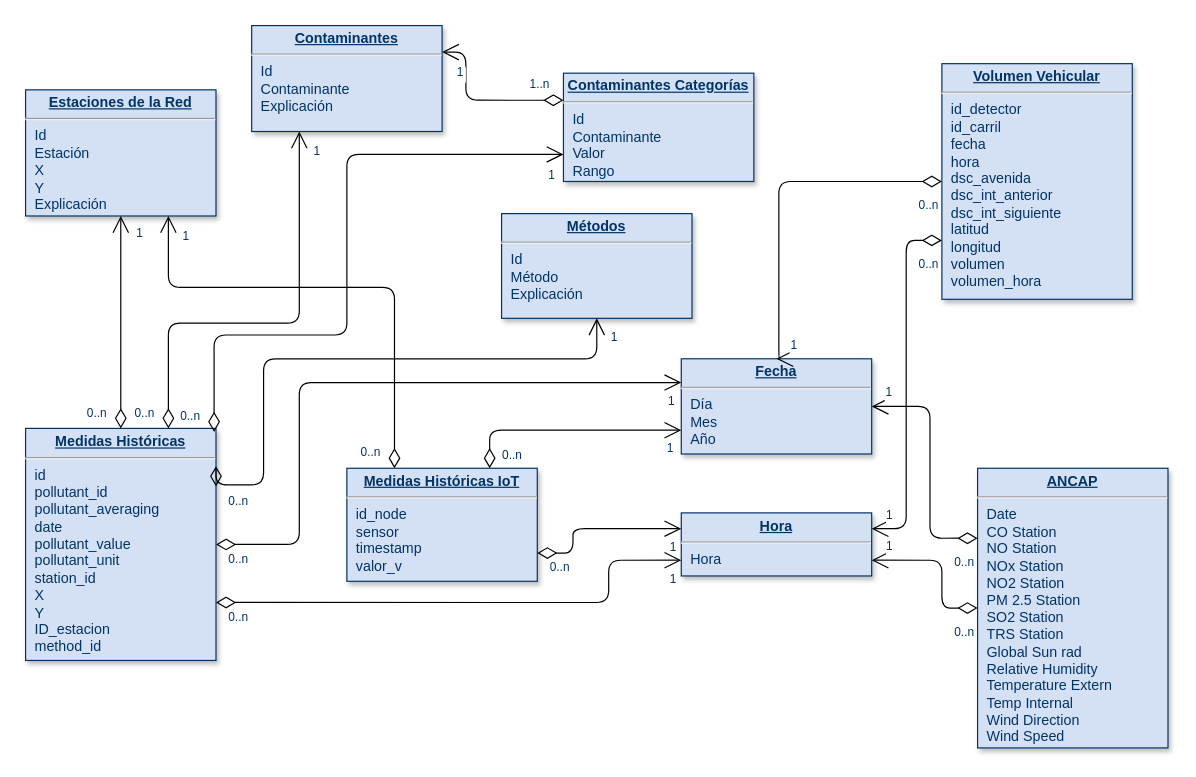
gonzalomelov/dw-calidad-aire-docs keeps this draw.io diagram as 2. Diseño conceptual/fuentes_datos_esquema_conceptual.drawio. Above is the earlier version. Source tidied: cells renumbered, new cells numbered last; positions are measured from the earlier drawing's top-left corner, leaving out a move shared by most shapes. Both pictures are drawn from the tidied source at 119%, with x=0, y=0 at pixel (25, 25).
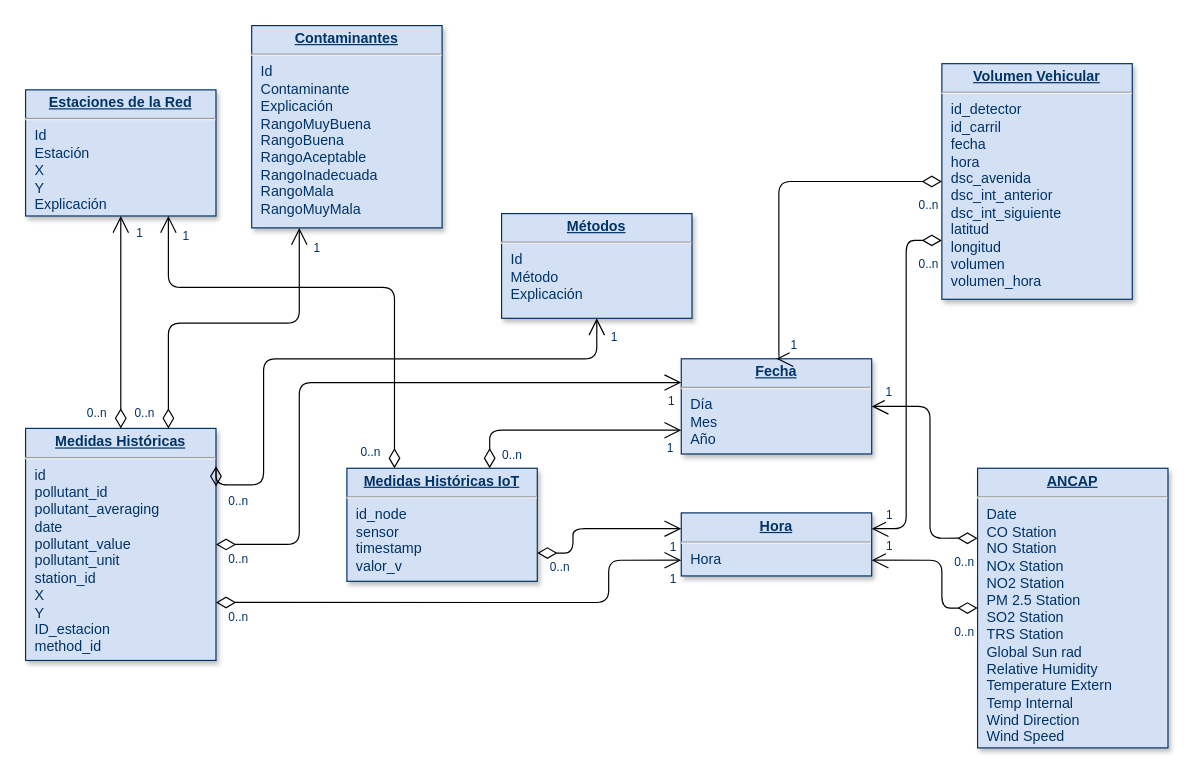
The same page after the edit.

Unchanged cells that the change refers to:
```xml
<mxCell id="4" value="&lt;p style=&quot;margin: 0px ; margin-top: 4px ; text-align: center ; text-decoration: underline&quot;&gt;&lt;strong&gt;Medidas Históricas&lt;/strong&gt;&lt;/p&gt;&lt;hr&gt;&lt;p style=&quot;margin: 0px ; margin-left: 8px&quot;&gt;id&lt;/p&gt;&lt;p style=&quot;margin: 0px ; margin-left: 8px&quot;&gt;pollutant_id&lt;/p&gt;&lt;p style=&quot;margin: 0px ; margin-left: 8px&quot;&gt;pollutant_averaging&lt;/p&gt;&lt;p style=&quot;margin: 0px ; margin-left: 8px&quot;&gt;date&lt;/p&gt;&lt;p style=&quot;margin: 0px ; margin-left: 8px&quot;&gt;pollutant_value&lt;/p&gt;&lt;p style=&quot;margin: 0px ; margin-left: 8px&quot;&gt;pollutant_unit&lt;/p&gt;&lt;p style=&quot;margin: 0px ; margin-left: 8px&quot;&gt;station_id&lt;/p&gt;&lt;p style=&quot;margin: 0px ; margin-left: 8px&quot;&gt;X&lt;/p&gt;&lt;p style=&quot;margin: 0px ; margin-left: 8px&quot;&gt;Y&lt;/p&gt;&lt;p style=&quot;margin: 0px ; margin-left: 8px&quot;&gt;ID_estacion&lt;/p&gt;&lt;p style=&quot;margin: 0px ; margin-left: 8px&quot;&gt;method_id&lt;/p&gt;" style="verticalAlign=top;align=left;overflow=fill;fontSize=12;fontFamily=Helvetica;html=1;strokeColor=#003366;shadow=1;fillColor=#D4E1F5;fontColor=#003366;" parent="1" vertex="1">
  <mxGeometry y="338.5" width="160" height="195" as="geometry" />
</mxCell>
```

The edit, as a diff of the source:
```diff
@@
-    <mxCell id="2" value="&lt;p style=&quot;margin: 0px ; margin-top: 4px ; text-align: center ; text-decoration: underline&quot;&gt;&lt;strong&gt;Contaminantes&lt;/strong&gt;&lt;/p&gt;&lt;hr&gt;&lt;p style=&quot;margin: 0px ; margin-left: 8px&quot;&gt;Id&lt;br&gt;Contaminante&lt;/p&gt;&lt;p style=&quot;margin: 0px ; margin-left: 8px&quot;&gt;Explicación&lt;/p&gt;" style="verticalAlign=top;align=left;overflow=fill;fontSize=12;fontFamily=Helvetica;html=1;strokeColor=#003366;shadow=1;fillColor=#D4E1F5;fontColor=#003366;" parent="1" vertex="1">
-      <mxGeometry x="190" width="160" height="89" as="geometry" />
+    <mxCell id="2" value="&lt;p style=&quot;margin: 0px ; margin-top: 4px ; text-align: center ; text-decoration: underline&quot;&gt;&lt;strong&gt;Contaminantes&lt;/strong&gt;&lt;/p&gt;&lt;hr&gt;&lt;p style=&quot;margin: 0px ; margin-left: 8px&quot;&gt;Id&lt;br&gt;Contaminante&lt;/p&gt;&lt;p style=&quot;margin: 0px ; margin-left: 8px&quot;&gt;Explicación&lt;/p&gt;&lt;p style=&quot;margin: 0px ; margin-left: 8px&quot;&gt;RangoMuyBuena&lt;/p&gt;&lt;p style=&quot;margin: 0px ; margin-left: 8px&quot;&gt;RangoBuena&lt;br&gt;&lt;/p&gt;&lt;p style=&quot;margin: 0px ; margin-left: 8px&quot;&gt;RangoAceptable&lt;/p&gt;&lt;p style=&quot;margin: 0px ; margin-left: 8px&quot;&gt;RangoInadecuada&lt;/p&gt;&lt;p style=&quot;margin: 0px ; margin-left: 8px&quot;&gt;RangoMala&lt;/p&gt;&lt;p style=&quot;margin: 0px ; margin-left: 8px&quot;&gt;RangoMuyMala&lt;/p&gt;" style="verticalAlign=top;align=left;overflow=fill;fontSize=12;fontFamily=Helvetica;html=1;strokeColor=#003366;shadow=1;fillColor=#D4E1F5;fontColor=#003366;" parent="1" vertex="1">
+      <mxGeometry x="190" width="160" height="170" as="geometry" />
     </mxCell>
@@
-    <mxCell id="47" value="&lt;p style=&quot;margin: 0px ; margin-top: 4px ; text-align: center ; text-decoration: underline&quot;&gt;&lt;strong&gt;Contaminantes Categorías&lt;/strong&gt;&lt;/p&gt;&lt;hr&gt;&lt;p style=&quot;margin: 0px ; margin-left: 8px&quot;&gt;Id&lt;br&gt;Contaminante&lt;/p&gt;&lt;p style=&quot;margin: 0px ; margin-left: 8px&quot;&gt;Valor&lt;/p&gt;&lt;p style=&quot;margin: 0px ; margin-left: 8px&quot;&gt;Rango&lt;/p&gt;" style="verticalAlign=top;align=left;overflow=fill;fontSize=12;fontFamily=Helvetica;html=1;strokeColor=#003366;shadow=1;fillColor=#D4E1F5;fontColor=#003366;" parent="1" vertex="1">
-      <mxGeometry x="452" y="40" width="160" height="91" as="geometry" />
-    </mxCell>
-    <mxCell id="48" style="endArrow=open;endSize=12;startArrow=diamondThin;startSize=14;startFill=0;edgeStyle=orthogonalEdgeStyle;exitX=0.99;exitY=0.015;exitDx=0;exitDy=0;entryX=0;entryY=0.75;entryDx=0;entryDy=0;exitPerimeter=0;" parent="1" edge="1" source="4" target="47">
-      <mxGeometry x="539.4" y="220" as="geometry">
-        <Array as="points">
-          <mxPoint x="158" y="260" />
-          <mxPoint x="270" y="260" />
-          <mxPoint x="270" y="108" />
-        </Array>
-      </mxGeometry>
-    </mxCell>
-    <mxCell id="49" value="0..n" style="align=left;verticalAlign=top;labelBackgroundColor=#ffffff;fontSize=10;strokeColor=#003366;shadow=1;fillColor=#D4E1F5;fontColor=#003366;" parent="48" vertex="1">
-      <mxGeometry x="-1" relative="1" as="geometry">
-        <mxPoint x="-30" y="-25.5" as="offset" />
-      </mxGeometry>
-    </mxCell>
-    <mxCell id="50" value="1" style="align=right;verticalAlign=top;labelBackgroundColor=#ffffff;fontSize=10;strokeColor=#003366;shadow=1;fillColor=#D4E1F5;fontColor=#003366;" parent="48" vertex="1">
-      <mxGeometry x="1" relative="1" as="geometry">
-        <mxPoint x="-6" y="5" as="offset" />
-      </mxGeometry>
-    </mxCell>
-    <mxCell id="51" style="endArrow=open;endSize=12;startArrow=diamondThin;startSize=14;startFill=0;edgeStyle=orthogonalEdgeStyle;exitX=0;exitY=0.25;exitDx=0;exitDy=0;entryX=1;entryY=0.25;entryDx=0;entryDy=0;" parent="1" edge="1" source="47" target="2">
-      <mxGeometry x="549.4" y="230" as="geometry">
-        <Array as="points">
-          <mxPoint x="370" y="63" />
-          <mxPoint x="370" y="23" />
-        </Array>
-      </mxGeometry>
-    </mxCell>
-    <mxCell id="52" value="1..n" style="align=left;verticalAlign=top;labelBackgroundColor=#ffffff;fontSize=10;strokeColor=#003366;shadow=1;fillColor=#D4E1F5;fontColor=#003366;" parent="51" vertex="1">
-      <mxGeometry x="-1" relative="1" as="geometry">
-        <mxPoint x="-30" y="-25.5" as="offset" />
-      </mxGeometry>
-    </mxCell>
-    <mxCell id="53" value="1" style="align=right;verticalAlign=top;labelBackgroundColor=#ffffff;fontSize=10;strokeColor=#003366;shadow=1;fillColor=#D4E1F5;fontColor=#003366;" parent="51" vertex="1">
-      <mxGeometry x="1" relative="1" as="geometry">
-        <mxPoint x="19" y="5" as="offset" />
-      </mxGeometry>
-    </mxCell>
```
